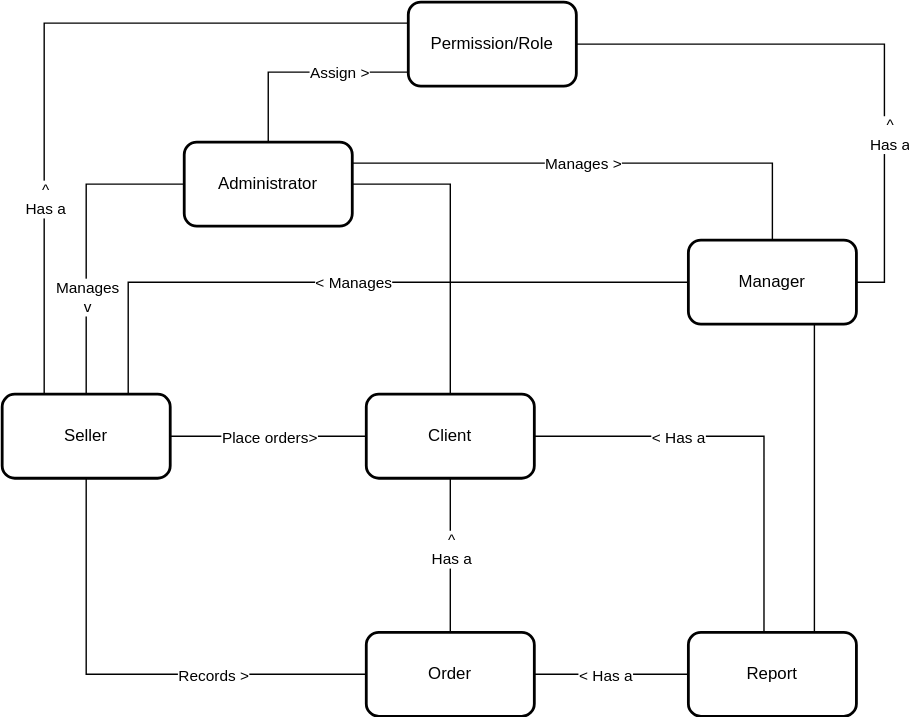
Before: docs/conceptual_map.svg, a diagram exported from draw.io (renatabrasil/ninja-fabric-sail). Source tidied: cells renumbered, new cells last; positions are measured from the earlier drawing's top-left corner, leaving out a move shared by most shapes. Its diagram source:
```xml
<mxGraphModel>
  <root>
    <mxCell id="0" />
    <mxCell id="1" parent="0" />
    <mxCell id="2" style="edgeStyle=orthogonalEdgeStyle;rounded=0;jettySize=auto;html=1;exitX=1;exitY=0.5;exitDx=0;exitDy=0;endArrow=none;endFill=0;" parent="1" edge="1" source="5" target="10">
      <mxGeometry relative="1" as="geometry" />
    </mxCell>
    <mxCell id="3" style="edgeStyle=orthogonalEdgeStyle;rounded=0;jettySize=auto;html=1;exitX=0.5;exitY=1;exitDx=0;exitDy=0;entryX=0;entryY=0.5;entryDx=0;entryDy=0;endArrow=none;endFill=0;" parent="1" edge="1" source="5" target="20">
      <mxGeometry relative="1" as="geometry" />
    </mxCell>
    <mxCell id="4" value="Records &amp;gt;" style="edgeLabel;html=1;align=center;verticalAlign=middle;" parent="3" vertex="1">
      <mxGeometry x="0.28" y="-1" relative="1" as="geometry">
        <mxPoint x="13" y="-1" as="offset" />
      </mxGeometry>
    </mxCell>
    <mxCell id="5" value="Seller" style="rounded=1;whiteSpace=wrap;html=1;strokeWidth=2;" parent="1" vertex="1">
      <mxGeometry y="280" width="120" height="60" as="geometry" />
    </mxCell>
    <mxCell id="6" style="edgeStyle=orthogonalEdgeStyle;rounded=0;jettySize=auto;html=1;exitX=0.5;exitY=1;exitDx=0;exitDy=0;endArrow=none;endFill=0;" parent="1" edge="1" source="10" target="20">
      <mxGeometry relative="1" as="geometry" />
    </mxCell>
    <mxCell id="7" value="^&lt;br&gt;Has a" style="edgeLabel;html=1;align=center;verticalAlign=middle;" parent="6" vertex="1">
      <mxGeometry x="0.67" y="-1" relative="1" as="geometry">
        <mxPoint x="1" y="-42" as="offset" />
      </mxGeometry>
    </mxCell>
    <mxCell id="8" style="edgeStyle=orthogonalEdgeStyle;rounded=0;jettySize=auto;html=1;exitX=1;exitY=0.75;exitDx=0;exitDy=0;entryX=0.45;entryY=0;entryDx=0;entryDy=0;entryPerimeter=0;endArrow=none;endFill=0;" parent="1" edge="1" source="10" target="32">
      <mxGeometry relative="1" as="geometry">
        <Array as="points">
          <mxPoint x="380" y="310" />
          <mxPoint x="544" y="310" />
        </Array>
      </mxGeometry>
    </mxCell>
    <mxCell id="9" value="&amp;lt; Has a" style="edgeLabel;html=1;align=center;verticalAlign=middle;" parent="8" vertex="1">
      <mxGeometry x="-0.27" relative="1" as="geometry" />
    </mxCell>
    <mxCell id="10" value="Client" style="rounded=1;whiteSpace=wrap;html=1;strokeWidth=2;" parent="1" vertex="1">
      <mxGeometry x="260" y="280" width="120" height="60" as="geometry" />
    </mxCell>
    <mxCell id="11" style="edgeStyle=orthogonalEdgeStyle;rounded=0;jettySize=auto;html=1;exitX=0;exitY=0.5;exitDx=0;exitDy=0;entryX=0.5;entryY=0;entryDx=0;entryDy=0;endArrow=none;endFill=0;" parent="1" edge="1" source="19" target="5">
      <mxGeometry relative="1" as="geometry">
        <Array as="points">
          <mxPoint x="60" y="130" />
        </Array>
      </mxGeometry>
    </mxCell>
    <mxCell id="12" value="Manages&lt;br&gt;v" style="edgeLabel;html=1;align=center;verticalAlign=middle;" parent="11" vertex="1">
      <mxGeometry x="0.18" y="-2" relative="1" as="geometry">
        <mxPoint x="2" y="20" as="offset" />
      </mxGeometry>
    </mxCell>
    <mxCell id="13" style="edgeStyle=orthogonalEdgeStyle;rounded=0;jettySize=auto;html=1;exitX=1;exitY=0.5;exitDx=0;exitDy=0;entryX=0.5;entryY=0;entryDx=0;entryDy=0;endArrow=none;endFill=0;" parent="1" edge="1" source="19" target="10">
      <mxGeometry relative="1" as="geometry" />
    </mxCell>
    <mxCell id="14" value="Place orders&amp;gt;" style="edgeLabel;html=1;align=center;verticalAlign=middle;" parent="13" vertex="1">
      <mxGeometry x="0.42" relative="1" as="geometry">
        <mxPoint x="-130" y="94" as="offset" />
      </mxGeometry>
    </mxCell>
    <mxCell id="15" style="edgeStyle=orthogonalEdgeStyle;rounded=0;jettySize=auto;html=1;exitX=1;exitY=0.25;exitDx=0;exitDy=0;entryX=0.5;entryY=0;entryDx=0;entryDy=0;endArrow=none;endFill=0;" parent="1" edge="1" source="19" target="26">
      <mxGeometry relative="1" as="geometry" />
    </mxCell>
    <mxCell id="16" value="Manages &amp;gt;" style="edgeLabel;html=1;align=center;verticalAlign=middle;" parent="15" vertex="1">
      <mxGeometry x="-0.08" relative="1" as="geometry" />
    </mxCell>
    <mxCell id="17" style="edgeStyle=orthogonalEdgeStyle;rounded=0;jettySize=auto;html=1;exitX=0.5;exitY=0;exitDx=0;exitDy=0;entryX=0;entryY=0.5;entryDx=0;entryDy=0;endArrow=none;endFill=0;" parent="1" edge="1" source="19" target="29">
      <mxGeometry relative="1" as="geometry">
        <Array as="points">
          <mxPoint x="190" y="50" />
          <mxPoint x="290" y="50" />
        </Array>
      </mxGeometry>
    </mxCell>
    <mxCell id="18" value="Assign &amp;gt;" style="edgeLabel;html=1;align=center;verticalAlign=middle;" parent="17" vertex="1">
      <mxGeometry x="0.06" relative="1" as="geometry">
        <mxPoint x="10" as="offset" />
      </mxGeometry>
    </mxCell>
    <mxCell id="19" value="Administrator" style="rounded=1;whiteSpace=wrap;html=1;strokeWidth=2;" parent="1" vertex="1">
      <mxGeometry x="130" y="100" width="120" height="60" as="geometry" />
    </mxCell>
    <mxCell id="20" value="Order" style="rounded=1;whiteSpace=wrap;html=1;strokeWidth=2;" parent="1" vertex="1">
      <mxGeometry x="260" y="450" width="120" height="60" as="geometry" />
    </mxCell>
    <mxCell id="21" style="edgeStyle=orthogonalEdgeStyle;rounded=0;jettySize=auto;html=1;exitX=0;exitY=0.5;exitDx=0;exitDy=0;endArrow=none;endFill=0;" parent="1" edge="1" source="26">
      <mxGeometry relative="1" as="geometry">
        <mxPoint x="77" y="280" as="targetPoint" />
        <Array as="points">
          <mxPoint x="90" y="200" />
          <mxPoint x="90" y="280" />
        </Array>
      </mxGeometry>
    </mxCell>
    <mxCell id="22" value="&amp;lt; Manages" style="edgeLabel;html=1;align=center;verticalAlign=middle;" parent="21" vertex="1">
      <mxGeometry x="-0.25" relative="1" as="geometry">
        <mxPoint x="-55" as="offset" />
      </mxGeometry>
    </mxCell>
    <mxCell id="23" style="edgeStyle=orthogonalEdgeStyle;rounded=0;jettySize=auto;html=1;exitX=0.75;exitY=1;exitDx=0;exitDy=0;entryX=0.75;entryY=0;entryDx=0;entryDy=0;endArrow=none;endFill=0;" parent="1" edge="1" source="26" target="32">
      <mxGeometry relative="1" as="geometry" />
    </mxCell>
    <mxCell id="24" style="edgeStyle=orthogonalEdgeStyle;rounded=0;jettySize=auto;html=1;exitX=1;exitY=0.5;exitDx=0;exitDy=0;entryX=1;entryY=0.5;entryDx=0;entryDy=0;endArrow=none;endFill=0;" parent="1" edge="1" source="26" target="29">
      <mxGeometry relative="1" as="geometry" />
    </mxCell>
    <mxCell id="25" value="^&lt;br&gt;Has a" style="edgeLabel;html=1;align=center;verticalAlign=middle;" parent="24" vertex="1">
      <mxGeometry x="-0.39" y="-3" relative="1" as="geometry" />
    </mxCell>
    <mxCell id="26" value="Manager" style="rounded=1;whiteSpace=wrap;html=1;strokeWidth=2;" parent="1" vertex="1">
      <mxGeometry x="490" y="170" width="120" height="60" as="geometry" />
    </mxCell>
    <mxCell id="27" style="edgeStyle=orthogonalEdgeStyle;rounded=0;jettySize=auto;html=1;exitX=0;exitY=0.25;exitDx=0;exitDy=0;entryX=0.25;entryY=0;entryDx=0;entryDy=0;endArrow=none;endFill=0;" parent="1" edge="1" source="29" target="5">
      <mxGeometry relative="1" as="geometry" />
    </mxCell>
    <mxCell id="28" value="^&lt;br&gt;Has a" style="edgeLabel;html=1;align=center;verticalAlign=middle;" parent="27" vertex="1">
      <mxGeometry x="-0.39" y="1" relative="1" as="geometry">
        <mxPoint x="-100" y="124" as="offset" />
      </mxGeometry>
    </mxCell>
    <mxCell id="29" value="Permission/Role" style="rounded=1;whiteSpace=wrap;html=1;strokeWidth=2;" parent="1" vertex="1">
      <mxGeometry x="290" width="120" height="60" as="geometry" />
    </mxCell>
    <mxCell id="30" style="edgeStyle=orthogonalEdgeStyle;rounded=0;jettySize=auto;html=1;exitX=0;exitY=0.5;exitDx=0;exitDy=0;entryX=1;entryY=0.5;entryDx=0;entryDy=0;endArrow=none;endFill=0;" parent="1" edge="1" source="32" target="20">
      <mxGeometry relative="1" as="geometry" />
    </mxCell>
    <mxCell id="31" value="&amp;lt; Has a" style="edgeLabel;html=1;align=center;verticalAlign=middle;" parent="30" vertex="1">
      <mxGeometry x="0.22" y="-3" relative="1" as="geometry">
        <mxPoint x="7" y="3" as="offset" />
      </mxGeometry>
    </mxCell>
    <mxCell id="32" value="Report" style="rounded=1;whiteSpace=wrap;html=1;strokeWidth=2;" parent="1" vertex="1">
      <mxGeometry x="490" y="450" width="120" height="60" as="geometry" />
    </mxCell>
  </root>
</mxGraphModel>
```
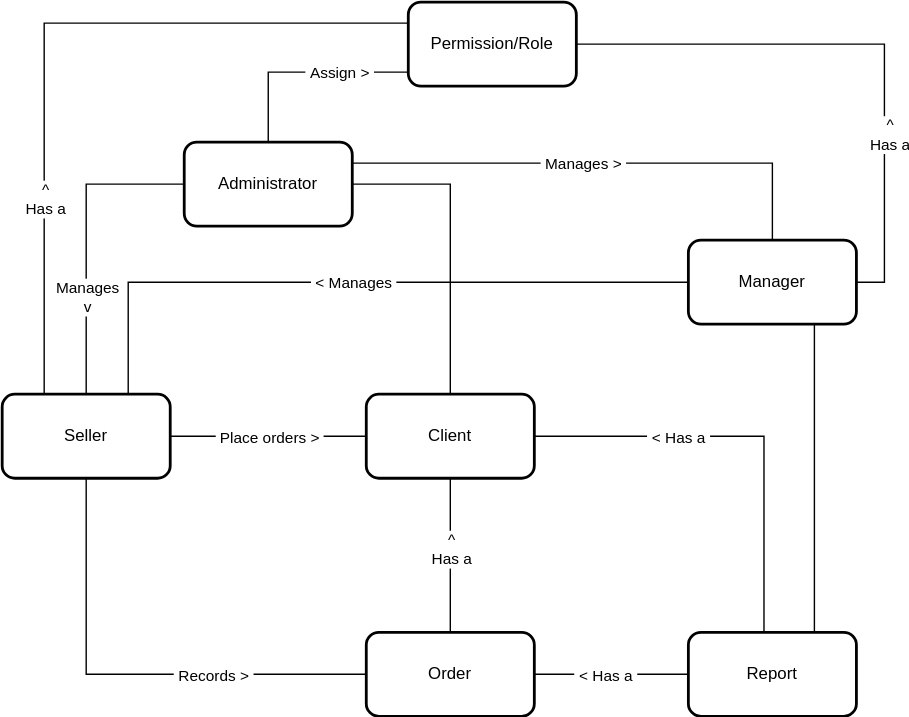
After the change.

Commit message:
Adding conceptual maps

Diff of the diagram source:
```diff
@@ -8,7 +8,7 @@
     <mxCell id="3" style="edgeStyle=orthogonalEdgeStyle;rounded=0;jettySize=auto;html=1;exitX=0.5;exitY=1;exitDx=0;exitDy=0;entryX=0;entryY=0.5;entryDx=0;entryDy=0;endArrow=none;endFill=0;" parent="1" edge="1" source="5" target="20">
       <mxGeometry relative="1" as="geometry" />
     </mxCell>
-    <mxCell id="4" value="Records &amp;gt;" style="edgeLabel;html=1;align=center;verticalAlign=middle;" parent="3" vertex="1">
+    <mxCell id="4" value="&amp;nbsp;Records &amp;gt;&amp;nbsp;" style="edgeLabel;html=1;align=center;verticalAlign=middle;" parent="3" vertex="1">
       <mxGeometry x="0.28" y="-1" relative="1" as="geometry">
         <mxPoint x="13" y="-1" as="offset" />
       </mxGeometry>
@@ -32,7 +32,7 @@
         </Array>
       </mxGeometry>
     </mxCell>
-    <mxCell id="9" value="&amp;lt; Has a" style="edgeLabel;html=1;align=center;verticalAlign=middle;" parent="8" vertex="1">
+    <mxCell id="9" value="&amp;nbsp;&amp;lt; Has a&amp;nbsp;" style="edgeLabel;html=1;align=center;verticalAlign=middle;" parent="8" vertex="1">
       <mxGeometry x="-0.27" relative="1" as="geometry" />
     </mxCell>
     <mxCell id="10" value="Client" style="rounded=1;whiteSpace=wrap;html=1;strokeWidth=2;" parent="1" vertex="1">
@@ -53,7 +53,7 @@
     <mxCell id="13" style="edgeStyle=orthogonalEdgeStyle;rounded=0;jettySize=auto;html=1;exitX=1;exitY=0.5;exitDx=0;exitDy=0;entryX=0.5;entryY=0;entryDx=0;entryDy=0;endArrow=none;endFill=0;" parent="1" edge="1" source="19" target="10">
       <mxGeometry relative="1" as="geometry" />
     </mxCell>
-    <mxCell id="14" value="Place orders&amp;gt;" style="edgeLabel;html=1;align=center;verticalAlign=middle;" parent="13" vertex="1">
+    <mxCell id="14" value="&amp;nbsp;Place orders &amp;gt;&amp;nbsp;" style="edgeLabel;html=1;align=center;verticalAlign=middle;" parent="13" vertex="1">
       <mxGeometry x="0.42" relative="1" as="geometry">
         <mxPoint x="-130" y="94" as="offset" />
       </mxGeometry>
@@ -61,7 +61,7 @@
     <mxCell id="15" style="edgeStyle=orthogonalEdgeStyle;rounded=0;jettySize=auto;html=1;exitX=1;exitY=0.25;exitDx=0;exitDy=0;entryX=0.5;entryY=0;entryDx=0;entryDy=0;endArrow=none;endFill=0;" parent="1" edge="1" source="19" target="26">
       <mxGeometry relative="1" as="geometry" />
     </mxCell>
-    <mxCell id="16" value="Manages &amp;gt;" style="edgeLabel;html=1;align=center;verticalAlign=middle;" parent="15" vertex="1">
+    <mxCell id="16" value="&amp;nbsp;Manages &amp;gt;&amp;nbsp;" style="edgeLabel;html=1;align=center;verticalAlign=middle;" parent="15" vertex="1">
       <mxGeometry x="-0.08" relative="1" as="geometry" />
     </mxCell>
     <mxCell id="17" style="edgeStyle=orthogonalEdgeStyle;rounded=0;jettySize=auto;html=1;exitX=0.5;exitY=0;exitDx=0;exitDy=0;entryX=0;entryY=0.5;entryDx=0;entryDy=0;endArrow=none;endFill=0;" parent="1" edge="1" source="19" target="29">
@@ -72,7 +72,7 @@
         </Array>
       </mxGeometry>
     </mxCell>
-    <mxCell id="18" value="Assign &amp;gt;" style="edgeLabel;html=1;align=center;verticalAlign=middle;" parent="17" vertex="1">
+    <mxCell id="18" value="&amp;nbsp;Assign &amp;gt;&amp;nbsp;" style="edgeLabel;html=1;align=center;verticalAlign=middle;" parent="17" vertex="1">
       <mxGeometry x="0.06" relative="1" as="geometry">
         <mxPoint x="10" as="offset" />
       </mxGeometry>
@@ -92,7 +92,7 @@
         </Array>
       </mxGeometry>
     </mxCell>
-    <mxCell id="22" value="&amp;lt; Manages" style="edgeLabel;html=1;align=center;verticalAlign=middle;" parent="21" vertex="1">
+    <mxCell id="22" value="&amp;nbsp;&amp;lt; Manages&amp;nbsp;" style="edgeLabel;html=1;align=center;verticalAlign=middle;" parent="21" vertex="1">
       <mxGeometry x="-0.25" relative="1" as="geometry">
         <mxPoint x="-55" as="offset" />
       </mxGeometry>
@@ -123,7 +123,7 @@
     <mxCell id="30" style="edgeStyle=orthogonalEdgeStyle;rounded=0;jettySize=auto;html=1;exitX=0;exitY=0.5;exitDx=0;exitDy=0;entryX=1;entryY=0.5;entryDx=0;entryDy=0;endArrow=none;endFill=0;" parent="1" edge="1" source="32" target="20">
       <mxGeometry relative="1" as="geometry" />
     </mxCell>
-    <mxCell id="31" value="&amp;lt; Has a" style="edgeLabel;html=1;align=center;verticalAlign=middle;" parent="30" vertex="1">
+    <mxCell id="31" value="&amp;nbsp;&amp;lt; Has a&amp;nbsp;" style="edgeLabel;html=1;align=center;verticalAlign=middle;" parent="30" vertex="1">
       <mxGeometry x="0.22" y="-3" relative="1" as="geometry">
         <mxPoint x="7" y="3" as="offset" />
       </mxGeometry>
```
